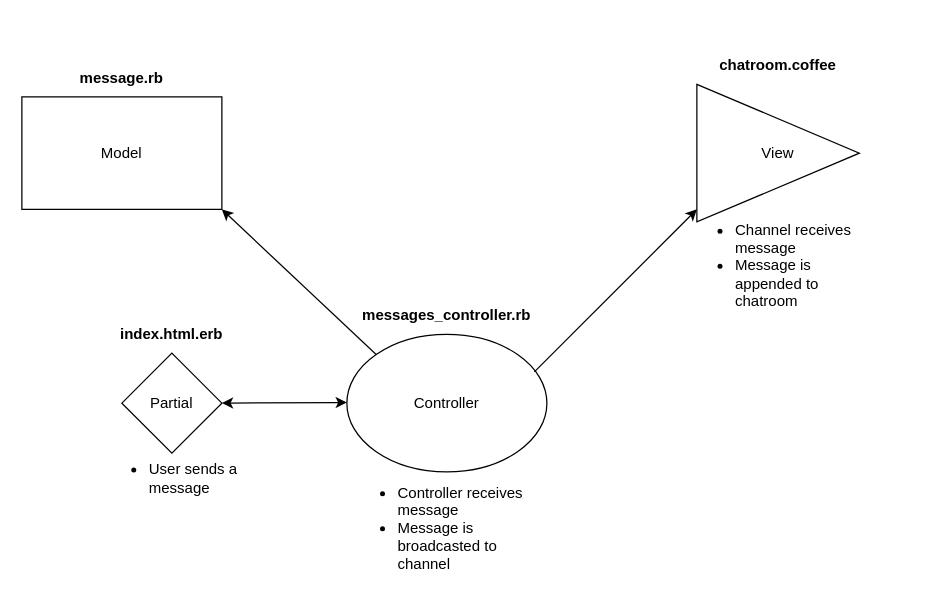
JamesGabby/rails-chat keeps this draw.io diagram as Chatroom flow.drawio. Above is the earlier version. Source tidied: cells renumbered, new cells numbered last; positions are measured from the earlier drawing's top-left corner, leaving out a move shared by most shapes. Both pictures are drawn from the tidied source at 125%, with x=0, y=0 at pixel (21, 46).
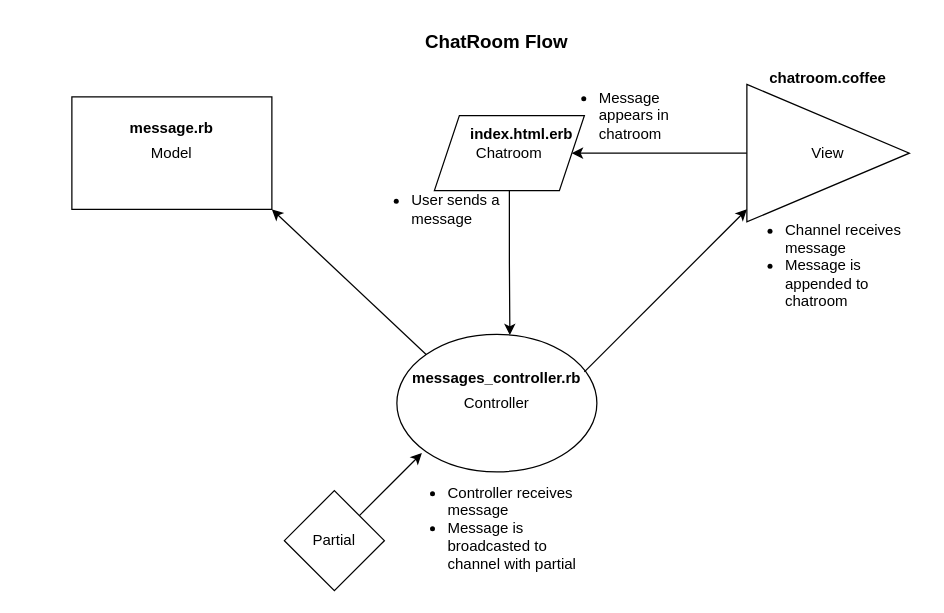
Above is the later version.

The edit, as a diff of the source:
```diff
@@
     <mxCell id="2" value="Model" style="rounded=0;whiteSpace=wrap;html=1;" parent="1" vertex="1">
-      <mxGeometry y="40" width="160" height="90" as="geometry" />
+      <mxGeometry x="40" y="40" width="160" height="90" as="geometry" />
     </mxCell>
     <mxCell id="3" value="Controller" style="ellipse;whiteSpace=wrap;html=1;" parent="1" vertex="1">
-      <mxGeometry x="260" y="230" width="160" height="110" as="geometry" />
+      <mxGeometry x="300" y="230" width="160" height="110" as="geometry" />
     </mxCell>
+    <mxCell id="16" style="edgeStyle=orthogonalEdgeStyle;rounded=0;jettySize=auto;html=1;" parent="1" edge="1" source="4" target="18">
+      <mxGeometry relative="1" as="geometry" />
+    </mxCell>
     <mxCell id="4" value="View" style="triangle;whiteSpace=wrap;html=1;align=center;" parent="1" vertex="1">
-      <mxGeometry x="540" y="30" width="130" height="110" as="geometry" />
+      <mxGeometry x="580" y="30" width="130" height="110" as="geometry" />
     </mxCell>
     <mxCell id="5" value="&lt;b&gt;message.rb&lt;/b&gt;" style="text;html=1;strokeColor=none;fillColor=none;align=center;verticalAlign=middle;whiteSpace=wrap;rounded=0;" parent="1" vertex="1">
-      <mxGeometry x="50" y="10" width="60" height="30" as="geometry" />
+      <mxGeometry x="90" y="50" width="60" height="30" as="geometry" />
     </mxCell>
     <mxCell id="6" value="&lt;b&gt;messages_controller.rb&lt;/b&gt;" style="text;html=1;strokeColor=none;fillColor=none;align=center;verticalAlign=middle;whiteSpace=wrap;rounded=0;" parent="1" vertex="1">
-      <mxGeometry x="310" y="200" width="60" height="30" as="geometry" />
+      <mxGeometry x="350" y="250" width="60" height="30" as="geometry" />
     </mxCell>
     <mxCell id="7" value="&lt;b&gt;chatroom.coffee&lt;/b&gt;" style="text;html=1;strokeColor=none;fillColor=none;align=center;verticalAlign=middle;whiteSpace=wrap;rounded=0;" parent="1" vertex="1">
-      <mxGeometry x="575" width="60" height="30" as="geometry" />
+      <mxGeometry x="615" y="10" width="60" height="30" as="geometry" />
     </mxCell>
     <mxCell id="8" value="Partial" style="rhombus;whiteSpace=wrap;html=1;" parent="1" vertex="1">
-      <mxGeometry x="80" y="245" width="80" height="80" as="geometry" />
+      <mxGeometry x="210" y="355" width="80" height="80" as="geometry" />
     </mxCell>
-    <mxCell id="9" style="endArrow=classic;startArrow=classic;html=1;rounded=0;exitX=1;exitY=0.5;exitDx=0;exitDy=0;" parent="1" edge="1" source="8">
-      <mxGeometry relative="1" as="geometry">
-        <mxPoint x="260" y="284.5" as="targetPoint" />
-      </mxGeometry>
-    </mxCell>
     <mxCell id="10" style="endArrow=classic;html=1;rounded=0;" parent="1" edge="1">
       <mxGeometry relative="1" as="geometry">
-        <mxPoint x="410" y="260" as="sourcePoint" />
-        <mxPoint x="540" y="130" as="targetPoint" />
+        <mxPoint x="450" y="260" as="sourcePoint" />
+        <mxPoint x="580" y="130" as="targetPoint" />
       </mxGeometry>
     </mxCell>
-    <mxCell id="11" value="&lt;b&gt;index.html.erb&lt;/b&gt;" style="text;html=1;strokeColor=none;fillColor=none;align=center;verticalAlign=middle;whiteSpace=wrap;rounded=0;" parent="1" vertex="1">
-      <mxGeometry x="90" y="215" width="60" height="30" as="geometry" />
-    </mxCell>
@@
     <mxCell id="13" value="&lt;ul&gt;&lt;li&gt;User sends a message&lt;/li&gt;&lt;/ul&gt;" style="text;html=1;strokeColor=none;fillColor=none;align=left;verticalAlign=middle;whiteSpace=wrap;rounded=0;" parent="1" vertex="1">
-      <mxGeometry x="60" y="330" width="120" height="30" as="geometry" />
+      <mxGeometry x="270" y="115" width="120" height="30" as="geometry" />
     </mxCell>
-    <mxCell id="14" value="&lt;ul&gt;&lt;li style=&quot;text-align: left;&quot;&gt;Controller receives message&lt;/li&gt;&lt;li style=&quot;text-align: left;&quot;&gt;Message is broadcasted to channel&lt;/li&gt;&lt;/ul&gt;" style="text;html=1;strokeColor=none;fillColor=none;align=center;verticalAlign=middle;whiteSpace=wrap;rounded=0;" parent="1" vertex="1">
-      <mxGeometry x="260" y="370" width="150" height="30" as="geometry" />
+    <mxCell id="14" value="&lt;ul&gt;&lt;li style=&quot;text-align: left;&quot;&gt;Controller receives message&lt;/li&gt;&lt;li style=&quot;text-align: left;&quot;&gt;Message is broadcasted to channel with partial&lt;/li&gt;&lt;/ul&gt;" style="text;html=1;strokeColor=none;fillColor=none;align=center;verticalAlign=middle;whiteSpace=wrap;rounded=0;" parent="1" vertex="1">
+      <mxGeometry x="300" y="370" width="150" height="30" as="geometry" />
     </mxCell>
     <mxCell id="15" value="&lt;ul&gt;&lt;li style=&quot;text-align: left;&quot;&gt;Channel receives message&lt;/li&gt;&lt;li style=&quot;text-align: left;&quot;&gt;Message is appended to chatroom&lt;/li&gt;&lt;/ul&gt;" style="text;html=1;strokeColor=none;fillColor=none;align=center;verticalAlign=middle;whiteSpace=wrap;rounded=0;" parent="1" vertex="1">
-      <mxGeometry x="530" y="160" width="150" height="30" as="geometry" />
+      <mxGeometry x="570" y="160" width="150" height="30" as="geometry" />
     </mxCell>
+    <mxCell id="17" style="edgeStyle=orthogonalEdgeStyle;rounded=0;jettySize=auto;html=1;entryX=0.565;entryY=0.005;entryDx=0;entryDy=0;entryPerimeter=0;" parent="1" edge="1" source="18" target="3">
+      <mxGeometry relative="1" as="geometry" />
+    </mxCell>
+    <mxCell id="18" value="Chatroom" style="shape=parallelogram;perimeter=parallelogramPerimeter;whiteSpace=wrap;html=1;fixedSize=1;" parent="1" vertex="1">
+      <mxGeometry x="330" y="55" width="120" height="60" as="geometry" />
+    </mxCell>
+    <mxCell id="19" style="endArrow=classic;html=1;rounded=0;" parent="1" edge="1">
+      <mxGeometry relative="1" as="geometry">
+        <mxPoint x="270" y="375" as="sourcePoint" />
+        <mxPoint x="320" y="325" as="targetPoint" />
+      </mxGeometry>
+    </mxCell>
+    <mxCell id="11" value="&lt;b&gt;index.html.erb&lt;/b&gt;" style="text;html=1;strokeColor=none;fillColor=none;align=center;verticalAlign=middle;whiteSpace=wrap;rounded=0;" parent="1" vertex="1">
+      <mxGeometry x="370" y="55" width="60" height="30" as="geometry" />
+    </mxCell>
+    <mxCell id="20" value="&lt;b&gt;&lt;font style=&quot;font-size: 15px;&quot;&gt;ChatRoom Flow&lt;/font&gt;&lt;/b&gt;" style="text;html=1;strokeColor=none;fillColor=none;align=center;verticalAlign=middle;whiteSpace=wrap;rounded=0;" parent="1" vertex="1">
+      <mxGeometry x="310" y="-20" width="140" height="30" as="geometry" />
+    </mxCell>
+    <mxCell id="21" value="&lt;ul&gt;&lt;li&gt;Message appears in chatroom&lt;/li&gt;&lt;/ul&gt;" style="text;html=1;strokeColor=none;fillColor=none;align=left;verticalAlign=middle;whiteSpace=wrap;rounded=0;" parent="1" vertex="1">
+      <mxGeometry x="420" y="40" width="120" height="30" as="geometry" />
+    </mxCell>
```
